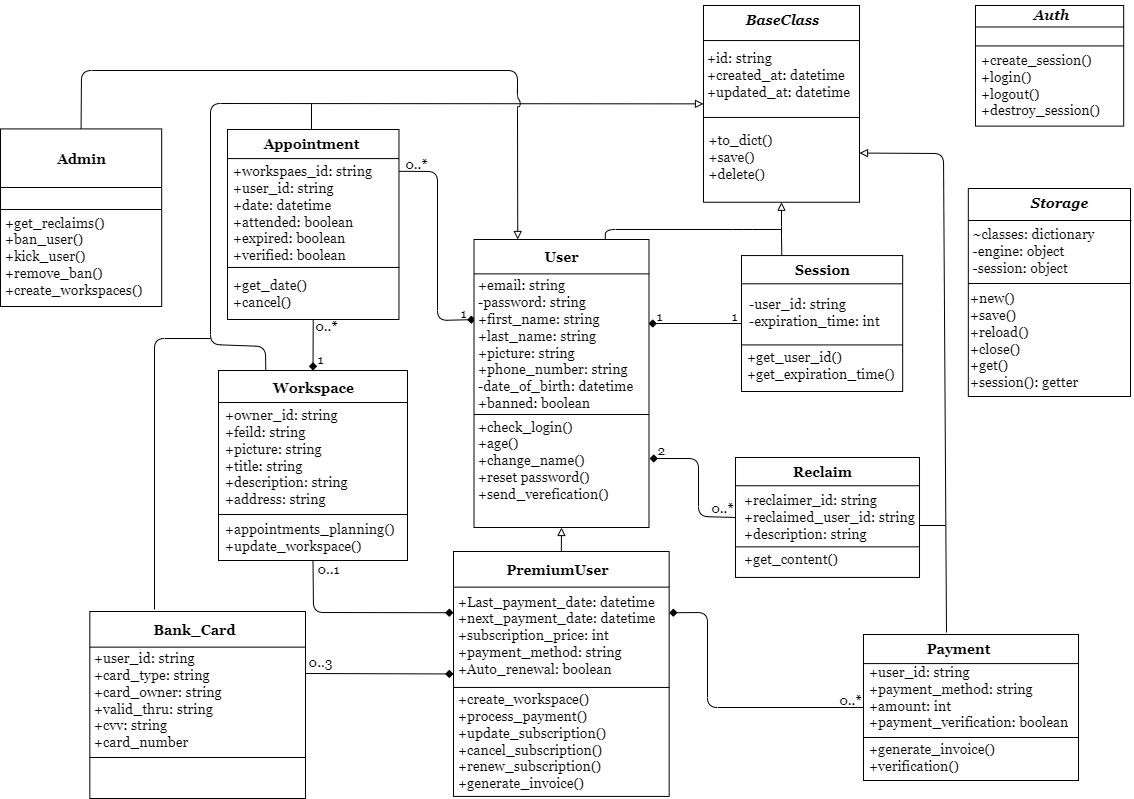
This is UML/class_diagram/diagram_omarV.png from Kolapo-code/Booker, a draw.io export, as it was before one commit. Source tidied: cells renumbered, new cells last; positions are measured from the earlier drawing's top-left corner, leaving out a move shared by most shapes.
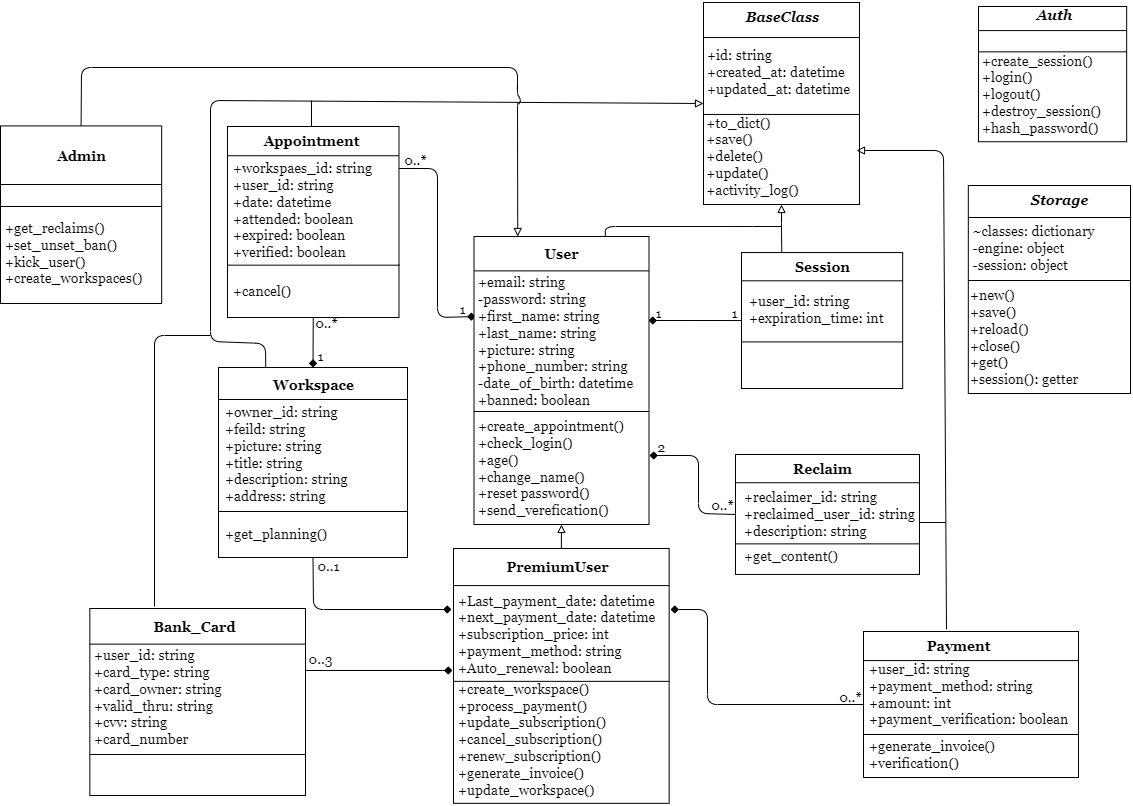
After the commit.

Diff of the diagram source:
```diff
@@ -5,6 +5,6 @@
     <mxCell id="2" style="group;" parent="1" vertex="1">
-      <mxGeometry x="703" y="5" width="159.5" height="199" as="geometry" />
+      <mxGeometry x="703" y="5" width="159.5" height="202" as="geometry" />
     </mxCell>
     <mxCell id="3" style="rounded=0;whiteSpace=wrap;html=1;fillColor=#ffffff;strokeColor=#000000;" parent="2" vertex="1">
-      <mxGeometry width="156" height="196.7" as="geometry" />
+      <mxGeometry width="156" height="202" as="geometry" />
     </mxCell>
@@ -28,4 +28,4 @@
     </mxCell>
-    <mxCell id="8" value="&lt;div style=&quot;text-align: left; font-size: 14px;&quot;&gt;+to_dict()&lt;br&gt;+save()&lt;/div&gt;&lt;div style=&quot;text-align: left; font-size: 14px;&quot;&gt;+delete()&lt;/div&gt;" style="text;html=1;align=center;verticalAlign=middle;strokeColor=none;fillColor=none;fontColor=#000000;fontFamily=Georgia;" parent="2" vertex="1">
-      <mxGeometry x="-4" y="121" width="82" height="62" as="geometry" />
+    <mxCell id="8" value="&lt;div style=&quot;text-align: left; font-size: 14px;&quot;&gt;+to_dict()&lt;br&gt;+save()&lt;/div&gt;&lt;div style=&quot;text-align: left; font-size: 14px;&quot;&gt;+delete()&lt;/div&gt;&lt;div style=&quot;text-align: left; font-size: 14px;&quot;&gt;+update()&lt;/div&gt;&lt;div style=&quot;text-align: left; font-size: 14px;&quot;&gt;+activity_log()&lt;/div&gt;" style="text;html=1;align=center;verticalAlign=middle;strokeColor=none;fillColor=none;fontColor=#000000;fontFamily=Georgia;" parent="2" vertex="1">
+      <mxGeometry x="-6" y="106" width="110" height="96" as="geometry" />
     </mxCell>
@@ -72,6 +72,6 @@
     <mxCell id="16" style="group;" parent="1" vertex="1">
-      <mxGeometry x="227" y="129" width="172" height="190" as="geometry" />
+      <mxGeometry x="227" y="129" width="172" height="191" as="geometry" />
     </mxCell>
     <mxCell id="17" style="rounded=0;whiteSpace=wrap;html=1;fillColor=#ffffff;strokeColor=#000000;" parent="16" vertex="1">
-      <mxGeometry width="171.5" height="190" as="geometry" />
+      <mxGeometry width="171.5" height="191" as="geometry" />
     </mxCell>
@@ -79,4 +79,4 @@
       <mxGeometry relative="1" as="geometry">
-        <mxPoint x="0.5" y="137.9" as="sourcePoint" />
-        <mxPoint x="172" y="137.9" as="targetPoint" />
+        <mxPoint x="0.5" y="138.7" as="sourcePoint" />
+        <mxPoint x="172" y="138.7" as="targetPoint" />
       </mxGeometry>
@@ -85,4 +85,4 @@
       <mxGeometry relative="1" as="geometry">
-        <mxPoint y="29.1" as="sourcePoint" />
-        <mxPoint x="171.5" y="29.1" as="targetPoint" />
+        <mxPoint y="29.2" as="sourcePoint" />
+        <mxPoint x="171.5" y="29.2" as="targetPoint" />
       </mxGeometry>
@@ -93,6 +93,6 @@
     <mxCell id="21" value="&lt;div style=&quot;font-size: 14px;&quot;&gt;+workspaes_id: string&lt;/div&gt;&lt;div style=&quot;font-size: 14px;&quot;&gt;+user_id: string&lt;/div&gt;&lt;div style=&quot;font-size: 14px;&quot;&gt;+date: datetime&lt;/div&gt;&lt;div style=&quot;font-size: 14px;&quot;&gt;+attended: boolean&lt;/div&gt;&lt;div style=&quot;font-size: 14px;&quot;&gt;+expired: boolean&lt;/div&gt;&lt;div style=&quot;font-size: 14px;&quot;&gt;+verified: boolean&lt;/div&gt;" style="text;html=1;align=left;verticalAlign=middle;strokeColor=none;fillColor=none;fontColor=#000000;fontFamily=Georgia;" parent="16" vertex="1">
-      <mxGeometry x="4.4" y="27.7" width="157" height="113" as="geometry" />
+      <mxGeometry x="4.4" y="27.9" width="157" height="113" as="geometry" />
     </mxCell>
-    <mxCell id="22" value="&lt;div style=&quot;font-size: 14px;&quot;&gt;&lt;span style=&quot;background-color: initial;&quot;&gt;+get_date()&lt;/span&gt;&lt;br&gt;&lt;/div&gt;&lt;div style=&quot;font-size: 14px;&quot;&gt;+cancel()&lt;/div&gt;" style="text;html=1;align=left;verticalAlign=middle;strokeColor=none;fillColor=none;fontColor=#000000;fontFamily=Georgia;" parent="16" vertex="1">
-      <mxGeometry x="4.4" y="140.7" width="92" height="46" as="geometry" />
+    <mxCell id="22" value="&lt;div style=&quot;font-size: 14px;&quot;&gt;&lt;span style=&quot;background-color: initial;&quot;&gt;+cancel()&lt;/span&gt;&lt;br&gt;&lt;/div&gt;" style="text;html=1;align=left;verticalAlign=middle;strokeColor=none;fillColor=none;fontColor=#000000;fontFamily=Georgia;" parent="16" vertex="1">
+      <mxGeometry x="4.4" y="150.5" width="76" height="29" as="geometry" />
     </mxCell>
@@ -119,7 +119,7 @@
     </mxCell>
-    <mxCell id="28" value="&lt;div style=&quot;font-size: 14px;&quot;&gt;+appointments_planning()&lt;/div&gt;&lt;div style=&quot;font-size: 14px;&quot;&gt;&lt;span style=&quot;background-color: initial;&quot;&gt;+update_workspace()&lt;/span&gt;&lt;/div&gt;" style="text;html=1;align=left;verticalAlign=middle;strokeColor=none;fillColor=none;fontColor=#000000;fontFamily=Georgia;" parent="1" vertex="1">
-      <mxGeometry x="222.8" y="514" width="188" height="46" as="geometry" />
+    <mxCell id="28" value="&lt;div style=&quot;font-size: 14px;&quot;&gt;+get_planning()&lt;/div&gt;" style="text;html=1;align=left;verticalAlign=middle;strokeColor=none;fillColor=none;fontColor=#000000;fontFamily=Georgia;" parent="1" vertex="1">
+      <mxGeometry x="222.8" y="523" width="120" height="29" as="geometry" />
     </mxCell>
     <mxCell id="29" style="group;" parent="1" vertex="1">
-      <mxGeometry x="473.5" y="239" width="177" height="288" as="geometry" />
+      <mxGeometry x="473.5" y="239" width="177" height="297" as="geometry" />
     </mxCell>
@@ -143,4 +143,4 @@
     </mxCell>
-    <mxCell id="34" value="&lt;div style=&quot;font-size: 14px;&quot;&gt;+check_login()&lt;/div&gt;&lt;div style=&quot;font-size: 14px;&quot;&gt;+age()&lt;/div&gt;&lt;div style=&quot;font-size: 14px;&quot;&gt;+change_name()&lt;/div&gt;&lt;div style=&quot;font-size: 14px;&quot;&gt;+reset password()&lt;/div&gt;&lt;div style=&quot;font-size: 14px;&quot;&gt;+send_verefication()&lt;/div&gt;" style="text;html=1;align=left;verticalAlign=middle;strokeColor=none;fillColor=none;fontColor=#000000;fontFamily=Georgia;" parent="29" vertex="1">
-      <mxGeometry x="2" y="173" width="149" height="96" as="geometry" />
+    <mxCell id="34" value="&lt;div style=&quot;font-size: 14px;&quot;&gt;+create_appointment()&lt;/div&gt;&lt;div style=&quot;font-size: 14px;&quot;&gt;+check_login()&lt;/div&gt;&lt;div style=&quot;font-size: 14px;&quot;&gt;+age()&lt;/div&gt;&lt;div style=&quot;font-size: 14px;&quot;&gt;+change_name()&lt;/div&gt;&lt;div style=&quot;font-size: 14px;&quot;&gt;+reset password()&lt;/div&gt;&lt;div style=&quot;font-size: 14px;&quot;&gt;+send_verefication()&lt;/div&gt;" style="text;html=1;align=left;verticalAlign=middle;strokeColor=none;fillColor=none;fontColor=#000000;fontFamily=Georgia;" parent="29" vertex="1">
+      <mxGeometry x="2" y="175" width="171" height="113" as="geometry" />
     </mxCell>
@@ -162,6 +162,6 @@
     <mxCell id="40" style="group;" parent="1" vertex="1">
-      <mxGeometry x="453" y="551" width="218" height="247" as="geometry" />
+      <mxGeometry x="453" y="551" width="218" height="257" as="geometry" />
     </mxCell>
     <mxCell id="41" style="rounded=0;whiteSpace=wrap;html=1;fillColor=#ffffff;strokeColor=#000000;" parent="40" vertex="1">
-      <mxGeometry width="215.7" height="244.9" as="geometry" />
+      <mxGeometry width="215.7" height="254.8" as="geometry" />
     </mxCell>
@@ -169,4 +169,4 @@
       <mxGeometry relative="1" as="geometry">
-        <mxPoint y="136" as="sourcePoint" />
-        <mxPoint x="215.7" y="136" as="targetPoint" />
+        <mxPoint y="132.8" as="sourcePoint" />
+        <mxPoint x="215.7" y="132.8" as="targetPoint" />
       </mxGeometry>
@@ -175,4 +175,4 @@
       <mxGeometry relative="1" as="geometry">
-        <mxPoint y="35.6" as="sourcePoint" />
-        <mxPoint x="215.7" y="35.6" as="targetPoint" />
+        <mxPoint y="37.1" as="sourcePoint" />
+        <mxPoint x="215.7" y="37.1" as="targetPoint" />
       </mxGeometry>
@@ -180,12 +180,13 @@
     <mxCell id="44" value="&lt;font color=&quot;#000000&quot;&gt;&lt;span style=&quot;font-size: 14px;&quot;&gt;PremiumUser&lt;/span&gt;&lt;/font&gt;" style="text;html=1;align=center;verticalAlign=middle;strokeColor=none;fillColor=none;fontStyle=1;fontFamily=Georgia;" parent="40" vertex="1">
-      <mxGeometry x="44" y="4" width="120" height="29" as="geometry" />
+      <mxGeometry x="44" y="4.2" width="120" height="29" as="geometry" />
     </mxCell>
     <mxCell id="45" value="&lt;div style=&quot;font-size: 14px;&quot;&gt;+Last_payment_date: datetime&lt;/div&gt;&lt;div style=&quot;font-size: 14px;&quot;&gt;+next_payment_date: datetime&lt;/div&gt;&lt;div style=&quot;font-size: 14px;&quot;&gt;+subscription_price: int&lt;/div&gt;&lt;div style=&quot;font-size: 14px;&quot;&gt;+payment_method: string&lt;/div&gt;&lt;div style=&quot;font-size: 14px;&quot;&gt;+Auto_renewal: boolean&lt;/div&gt;" style="text;html=1;align=left;verticalAlign=middle;strokeColor=none;fillColor=none;fontColor=#000000;fontFamily=Georgia;" parent="40" vertex="1">
-      <mxGeometry x="3" y="36.3" width="215" height="96" as="geometry" />
+      <mxGeometry x="3" y="37.8" width="215" height="96" as="geometry" />
     </mxCell>
-    <mxCell id="46" value="&lt;div style=&quot;font-size: 14px;&quot;&gt;+create_workspace()&lt;/div&gt;&lt;div style=&quot;font-size: 14px;&quot;&gt;+process_payment()&lt;/div&gt;&lt;div style=&quot;font-size: 14px;&quot;&gt;+update_subscription()&lt;br&gt;+cancel_subscription()&lt;/div&gt;&lt;div style=&quot;font-size: 14px;&quot;&gt;+renew_subscription()&lt;br&gt;+generate_invoice()&lt;/div&gt;" style="text;html=1;align=left;verticalAlign=middle;strokeColor=none;fillColor=none;fontColor=#000000;fontFamily=Georgia;" parent="40" vertex="1">
-      <mxGeometry x="3" y="134" width="166" height="113" as="geometry" />
+    <mxCell id="46" value="&lt;div style=&quot;font-size: 14px;&quot;&gt;+create_workspace()&lt;/div&gt;&lt;div style=&quot;font-size: 14px;&quot;&gt;+process_payment()&lt;/div&gt;&lt;div style=&quot;font-size: 14px;&quot;&gt;+update_subscription()&lt;br&gt;+cancel_subscription()&lt;/div&gt;&lt;div style=&quot;font-size: 14px;&quot;&gt;+renew_subscription()&lt;br&gt;+generate_invoice()&lt;/div&gt;&lt;span style=&quot;font-size: 14px;&quot;&gt;+update_workspace()&lt;/span&gt;" style="text;html=1;align=left;verticalAlign=middle;strokeColor=none;fillColor=none;fontColor=#000000;fontFamily=Georgia;" parent="40" vertex="1">
+      <mxGeometry x="3" y="125.8" width="166" height="130" as="geometry" />
     </mxCell>
-    <mxCell id="47" style="endArrow=none;html=1;strokeColor=#000000;fontFamily=Georgia;fontSize=14;fontColor=#000000;sourcePerimeterSpacing=0;targetPerimeterSpacing=0;jumpSize=0;endFill=0;startArrow=diamond;startFill=1;entryX=0;entryY=0.5;entryDx=0;entryDy=0;exitX=1;exitY=0.25;exitDx=0;exitDy=0;" parent="1" edge="1" source="41" target="50">
+    <mxCell id="47" style="endArrow=none;html=1;strokeColor=#000000;fontFamily=Georgia;fontSize=14;fontColor=#000000;sourcePerimeterSpacing=0;targetPerimeterSpacing=0;jumpSize=0;endFill=0;startArrow=diamond;startFill=1;entryX=0;entryY=0.5;entryDx=0;entryDy=0;" parent="1" edge="1" target="50">
       <mxGeometry relative="1" as="geometry">
+        <mxPoint x="670" y="612" as="sourcePoint" />
         <Array as="points">
@@ -229,4 +230,5 @@
     </mxCell>
-    <mxCell id="57" style="endArrow=none;html=1;strokeColor=#000000;fontFamily=Georgia;fontSize=14;fontColor=#000000;sourcePerimeterSpacing=0;targetPerimeterSpacing=0;jumpSize=0;entryX=0.5;entryY=1;entryDx=0;entryDy=0;exitX=0;exitY=0.25;exitDx=0;exitDy=0;endFill=0;startArrow=diamond;startFill=1;" parent="1" edge="1" source="41" target="23">
+    <mxCell id="57" style="endArrow=none;html=1;strokeColor=#000000;fontFamily=Georgia;fontSize=14;fontColor=#000000;sourcePerimeterSpacing=0;targetPerimeterSpacing=0;jumpSize=0;entryX=0.5;entryY=1;entryDx=0;entryDy=0;endFill=0;startArrow=diamond;startFill=1;" parent="1" edge="1" target="23">
       <mxGeometry relative="1" as="geometry">
+        <mxPoint x="451" y="612" as="sourcePoint" />
         <Array as="points">
@@ -257,4 +259,4 @@
     </mxCell>
-    <mxCell id="63" value="&lt;div style=&quot;font-size: 14px;&quot;&gt;+get_reclaims()&lt;br&gt;+ban_user()&lt;/div&gt;&lt;div style=&quot;font-size: 14px;&quot;&gt;+kick_user()&lt;/div&gt;&lt;div style=&quot;font-size: 14px;&quot;&gt;+remove_ban()&lt;/div&gt;&lt;div style=&quot;font-size: 14px;&quot;&gt;+create_workspaces()&lt;/div&gt;" style="text;html=1;align=left;verticalAlign=middle;strokeColor=none;fillColor=none;fontColor=#000000;fontFamily=Georgia;" parent="1" vertex="1">
-      <mxGeometry x="3.1" y="208" width="155" height="96" as="geometry" />
+    <mxCell id="63" value="&lt;div style=&quot;font-size: 14px;&quot;&gt;+get_reclaims()&lt;br&gt;+set_unset_ban()&lt;/div&gt;&lt;div style=&quot;font-size: 14px;&quot;&gt;+kick_user()&lt;/div&gt;&lt;div style=&quot;font-size: 14px;&quot;&gt;+create_workspaces()&lt;/div&gt;" style="text;html=1;align=left;verticalAlign=middle;strokeColor=none;fillColor=none;fontColor=#000000;fontFamily=Georgia;" parent="1" vertex="1">
+      <mxGeometry x="3.1" y="217" width="155" height="79" as="geometry" />
     </mxCell>
@@ -310,8 +312,5 @@
     </mxCell>
-    <mxCell id="74" value="&lt;div style=&quot;font-size: 14px;&quot;&gt;-user_id: string&lt;/div&gt;&lt;div style=&quot;font-size: 14px;&quot;&gt;&lt;/div&gt;&lt;span style=&quot;font-size: 14px;&quot;&gt;-expiration_time: int&lt;/span&gt;" style="text;html=1;align=left;verticalAlign=middle;strokeColor=none;fillColor=none;fontColor=#000000;fontFamily=Georgia;" parent="68" vertex="1">
-      <mxGeometry x="14.1" y="33.9" width="149" height="46" as="geometry" />
+    <mxCell id="74" value="&lt;div style=&quot;font-size: 14px;&quot;&gt;+user_id: string&lt;/div&gt;&lt;div style=&quot;font-size: 14px;&quot;&gt;&lt;/div&gt;&lt;span style=&quot;font-size: 14px;&quot;&gt;+expiration_time: int&lt;/span&gt;" style="text;html=1;align=left;verticalAlign=middle;strokeColor=none;fillColor=none;fontColor=#000000;fontFamily=Georgia;" parent="68" vertex="1">
+      <mxGeometry x="14.1" y="33.9" width="152" height="46" as="geometry" />
     </mxCell>
-    <mxCell id="75" value="&lt;div style=&quot;font-size: 14px;&quot;&gt;+get_user_id()&lt;/div&gt;&lt;div style=&quot;font-size: 14px;&quot;&gt;+get_expiration_time()&lt;/div&gt;" style="text;html=1;align=left;verticalAlign=middle;strokeColor=none;fillColor=none;fontColor=#000000;fontFamily=Georgia;" parent="68" vertex="1">
-      <mxGeometry x="12" y="86.9" width="166" height="46" as="geometry" />
-    </mxCell>
     <mxCell id="76" style="endArrow=none;html=1;strokeColor=#000000;fontFamily=Georgia;fontSize=14;fontColor=#000000;sourcePerimeterSpacing=0;targetPerimeterSpacing=0;jumpSize=0;exitX=0.038;exitY=0.793;exitDx=0;exitDy=0;entryX=0;entryY=0.5;entryDx=0;entryDy=0;endFill=0;startArrow=diamond;startFill=1;exitPerimeter=0;" parent="1" edge="1" source="78" target="106">
@@ -367,5 +366,6 @@
     </mxCell>
-    <mxCell id="86" style="endArrow=diamond;html=1;fontFamily=Georgia;fontSize=14;fontColor=#000000;entryX=0;entryY=0.5;entryDx=0;entryDy=0;strokeColor=#000000;endFill=1;" parent="1" edge="1" target="41">
+    <mxCell id="86" style="endArrow=diamond;html=1;fontFamily=Georgia;fontSize=14;fontColor=#000000;strokeColor=#000000;endFill=1;" parent="1" edge="1">
       <mxGeometry relative="1" as="geometry">
         <mxPoint x="305" y="673" as="sourcePoint" />
+        <mxPoint x="452" y="673" as="targetPoint" />
       </mxGeometry>
@@ -385,6 +385,6 @@
     <mxCell id="89" style="group;" parent="1" vertex="1">
-      <mxGeometry x="975" y="5" width="151.5" height="122" as="geometry" />
+      <mxGeometry x="978" y="9" width="151.5" height="144" as="geometry" />
     </mxCell>
     <mxCell id="90" style="rounded=0;whiteSpace=wrap;html=1;fillColor=#ffffff;strokeColor=#000000;" parent="89" vertex="1">
-      <mxGeometry width="148.2" height="120.6" as="geometry" />
+      <mxGeometry width="148.2" height="135.2" as="geometry" />
     </mxCell>
@@ -392,4 +392,4 @@
       <mxGeometry relative="1" as="geometry">
-        <mxPoint y="40.4" as="sourcePoint" />
-        <mxPoint x="148.2" y="40.4" as="targetPoint" />
+        <mxPoint y="45.3" as="sourcePoint" />
+        <mxPoint x="148.2" y="45.3" as="targetPoint" />
       </mxGeometry>
@@ -398,4 +398,4 @@
       <mxGeometry relative="1" as="geometry">
-        <mxPoint y="21.5" as="sourcePoint" />
-        <mxPoint x="148.2" y="21.5" as="targetPoint" />
+        <mxPoint y="24.1" as="sourcePoint" />
+        <mxPoint x="148.2" y="24.1" as="targetPoint" />
       </mxGeometry>
@@ -403,9 +403,9 @@
     <mxCell id="93" value="&lt;font style=&quot;font-size: 14px;&quot; color=&quot;#000000&quot;&gt;&lt;i&gt;Auth&lt;/i&gt;&lt;/font&gt;" style="text;html=1;align=center;verticalAlign=middle;strokeColor=none;fillColor=none;fontStyle=1;fontFamily=Georgia;" parent="89" vertex="1">
-      <mxGeometry x="48.7" y="-5" width="54" height="29" as="geometry" />
+      <mxGeometry x="48.7" y="-5.6" width="54" height="29" as="geometry" />
     </mxCell>
     <mxCell id="94" value="&lt;div style=&quot;text-align: left; font-size: 14px;&quot;&gt;&lt;br&gt;&lt;/div&gt;" style="text;html=1;align=center;verticalAlign=middle;strokeColor=none;fillColor=none;fontColor=#000000;fontFamily=Georgia;" parent="89" vertex="1">
-      <mxGeometry x="66.3" y="35.8" width="18" height="29" as="geometry" />
+      <mxGeometry x="66.3" y="40.1" width="18" height="29" as="geometry" />
     </mxCell>
-    <mxCell id="95" value="&lt;div style=&quot;text-align: left; font-size: 14px;&quot;&gt;+create_session()&lt;br&gt;+login()&lt;/div&gt;&lt;div style=&quot;text-align: left; font-size: 14px;&quot;&gt;+logout()&lt;/div&gt;&lt;div style=&quot;text-align: left; font-size: 14px;&quot;&gt;+destroy_session()&lt;/div&gt;" style="text;html=1;align=center;verticalAlign=middle;strokeColor=none;fillColor=none;fontColor=#000000;fontFamily=Georgia;" parent="89" vertex="1">
-      <mxGeometry x="-4" y="40.4" width="137" height="79" as="geometry" />
+    <mxCell id="95" value="&lt;div style=&quot;text-align: left; font-size: 14px;&quot;&gt;+create_session()&lt;br&gt;+login()&lt;/div&gt;&lt;div style=&quot;text-align: left; font-size: 14px;&quot;&gt;+logout()&lt;/div&gt;&lt;div style=&quot;text-align: left; font-size: 14px;&quot;&gt;+destroy_session()&lt;/div&gt;&lt;div style=&quot;text-align: left; font-size: 14px;&quot;&gt;+hash_password()&lt;/div&gt;" style="text;html=1;align=center;verticalAlign=middle;strokeColor=none;fillColor=none;fontColor=#000000;fontFamily=Georgia;" parent="89" vertex="1">
+      <mxGeometry x="-6" y="40.1" width="137" height="96" as="geometry" />
     </mxCell>
@@ -438,10 +438,8 @@
     </mxCell>
-    <mxCell id="103" style="group;" parent="1" vertex="1">
-      <mxGeometry x="735" y="153" width="208" height="423.9" as="geometry" />
-    </mxCell>
-    <mxCell id="104" style="endArrow=block;html=1;strokeColor=#000000;fontFamily=Georgia;fontSize=14;fontColor=#000000;sourcePerimeterSpacing=0;targetPerimeterSpacing=0;jumpSize=0;entryX=1;entryY=0.75;entryDx=0;entryDy=0;endFill=0;" parent="103" edge="1" target="3">
+    <mxCell id="104" style="endArrow=block;html=1;strokeColor=#000000;fontFamily=Georgia;fontSize=14;fontColor=#000000;sourcePerimeterSpacing=0;targetPerimeterSpacing=0;jumpSize=0;endFill=0;" parent="1" edge="1">
       <mxGeometry relative="1" as="geometry">
-        <mxPoint x="211" y="479" as="sourcePoint" />
+        <mxPoint x="946" y="632" as="sourcePoint" />
+        <mxPoint x="856" y="153" as="targetPoint" />
         <Array as="points">
-          <mxPoint x="208" />
+          <mxPoint x="943" y="153" />
         </Array>
@@ -449,4 +447,4 @@
     </mxCell>
-    <mxCell id="105" style="group;" parent="103" vertex="1">
-      <mxGeometry y="304" width="195.9" height="119.9" as="geometry" />
+    <mxCell id="105" style="group;" parent="1" vertex="1">
+      <mxGeometry x="735" y="457" width="195.9" height="119.9" as="geometry" />
     </mxCell>
```
